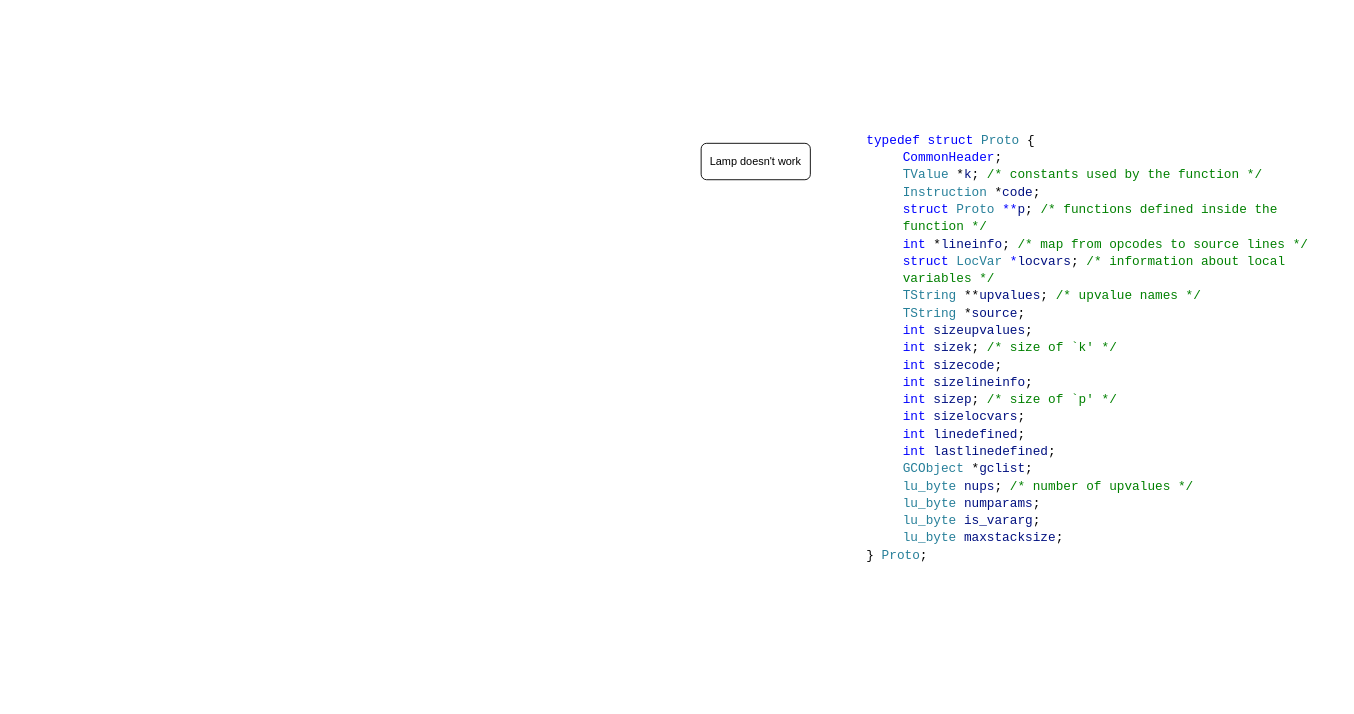
Earlier version of the draw.io diagram lua51.drawio (wgy8283335/goluar). Source tidied: cells renumbered, new cells numbered last; positions are measured from the earlier drawing's top-left corner, leaving out a move shared by most shapes. Both pictures are drawn from the tidied source at 91%, with x=0, y=0 at pixel (701, 125).
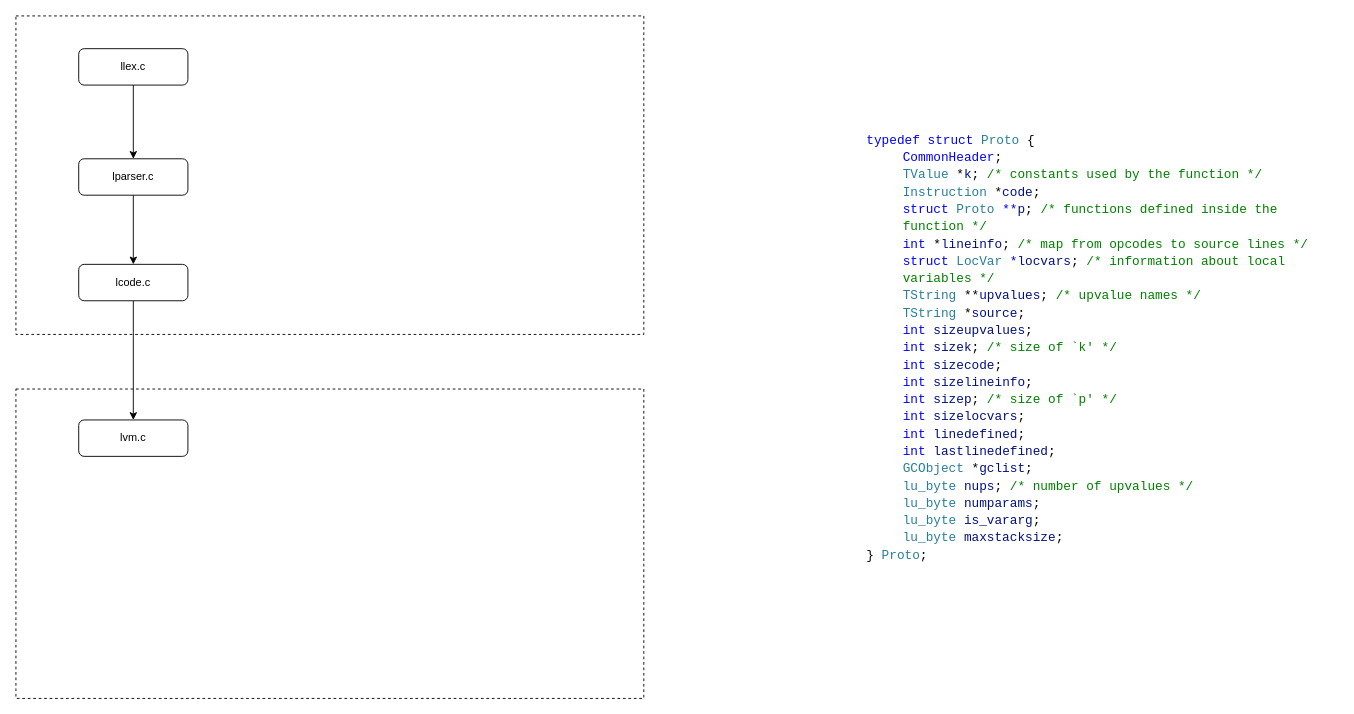
Above is the later version.

What changed in the source:
```diff
@@
 <mxGraphModel>
   <root>
     <mxCell id="0" />
     <mxCell id="1" parent="0" />
-    <mxCell id="2" value="Lamp doesn't work" style="rounded=1;whiteSpace=wrap;html=1;fontSize=12;glass=0;strokeWidth=1;shadow=0;" parent="1" vertex="1">
-      <mxGeometry y="20" width="120" height="40" as="geometry" />
-    </mxCell>
     <mxCell id="3" value="&lt;div style=&quot;background-color: rgb(255 , 255 , 255) ; font-family: &amp;#34;droid sans mono&amp;#34; , monospace , monospace , &amp;#34;droid sans fallback&amp;#34; ; font-size: 14px ; line-height: 19px&quot;&gt;&lt;div&gt;&lt;span style=&quot;color: #0000ff&quot;&gt;typedef&lt;/span&gt; &lt;span style=&quot;color: #0000ff&quot;&gt;struct&lt;/span&gt; &lt;span style=&quot;color: #267f99&quot;&gt;Proto&lt;/span&gt; {&lt;/div&gt;&lt;/div&gt;&lt;blockquote style=&quot;margin: 0 0 0 40px ; border: none ; padding: 0px&quot;&gt;&lt;div style=&quot;background-color: rgb(255 , 255 , 255) ; font-family: &amp;#34;droid sans mono&amp;#34; , monospace , monospace , &amp;#34;droid sans fallback&amp;#34; ; font-size: 14px ; line-height: 19px&quot;&gt;&lt;div&gt;&lt;span style=&quot;color: #0000ff&quot;&gt;CommonHeader&lt;/span&gt;;&lt;/div&gt;&lt;/div&gt;&lt;div style=&quot;background-color: rgb(255 , 255 , 255) ; font-family: &amp;#34;droid sans mono&amp;#34; , monospace , monospace , &amp;#34;droid sans fallback&amp;#34; ; font-size: 14px ; line-height: 19px&quot;&gt;&lt;div&gt;&lt;span style=&quot;color: #267f99&quot;&gt;TValue&lt;/span&gt; *&lt;span style=&quot;color: #001080&quot;&gt;k&lt;/span&gt;;&lt;span style=&quot;color: #008000&quot;&gt;  /* constants used by the function */&lt;/span&gt;&lt;/div&gt;&lt;/div&gt;&lt;div style=&quot;background-color: rgb(255 , 255 , 255) ; font-family: &amp;#34;droid sans mono&amp;#34; , monospace , monospace , &amp;#34;droid sans fallback&amp;#34; ; font-size: 14px ; line-height: 19px&quot;&gt;&lt;div&gt;&lt;span style=&quot;color: #267f99&quot;&gt;Instruction&lt;/span&gt; *&lt;span style=&quot;color: #001080&quot;&gt;code&lt;/span&gt;;&lt;/div&gt;&lt;/div&gt;&lt;div style=&quot;background-color: rgb(255 , 255 , 255) ; font-family: &amp;#34;droid sans mono&amp;#34; , monospace , monospace , &amp;#34;droid sans fallback&amp;#34; ; font-size: 14px ; line-height: 19px&quot;&gt;&lt;div&gt;&lt;span style=&quot;color: #0000ff&quot;&gt;struct&lt;/span&gt; &lt;span style=&quot;color: #267f99&quot;&gt;Proto&lt;/span&gt; &lt;span style=&quot;color: #0000ff&quot;&gt;**&lt;/span&gt;&lt;span style=&quot;color: #001080&quot;&gt;p&lt;/span&gt;;&lt;span style=&quot;color: #008000&quot;&gt;  /* functions defined inside the function */&lt;/span&gt;&lt;/div&gt;&lt;/div&gt;&lt;div style=&quot;background-color: rgb(255 , 255 , 255) ; font-family: &amp;#34;droid sans mono&amp;#34; , monospace , monospace , &amp;#34;droid sans fallback&amp;#34; ; font-size: 14px ; line-height: 19px&quot;&gt;&lt;div&gt;&lt;span style=&quot;color: #0000ff&quot;&gt;int&lt;/span&gt; *&lt;span style=&quot;color: #001080&quot;&gt;lineinfo&lt;/span&gt;;&lt;span style=&quot;color: #008000&quot;&gt;  /* map from opcodes to source lines */&lt;/span&gt;&lt;/div&gt;&lt;/div&gt;&lt;div style=&quot;background-color: rgb(255 , 255 , 255) ; font-family: &amp;#34;droid sans mono&amp;#34; , monospace , monospace , &amp;#34;droid sans fallback&amp;#34; ; font-size: 14px ; line-height: 19px&quot;&gt;&lt;div&gt;&lt;span style=&quot;color: #0000ff&quot;&gt;struct&lt;/span&gt; &lt;span style=&quot;color: #267f99&quot;&gt;LocVar&lt;/span&gt; &lt;span style=&quot;color: #0000ff&quot;&gt;*&lt;/span&gt;&lt;span style=&quot;color: #001080&quot;&gt;locvars&lt;/span&gt;;&lt;span style=&quot;color: #008000&quot;&gt;  /* information about local variables */&lt;/span&gt;&lt;/div&gt;&lt;/div&gt;&lt;div style=&quot;background-color: rgb(255 , 255 , 255) ; font-family: &amp;#34;droid sans mono&amp;#34; , monospace , monospace , &amp;#34;droid sans fallback&amp;#34; ; font-size: 14px ; line-height: 19px&quot;&gt;&lt;div&gt;&lt;span style=&quot;color: #267f99&quot;&gt;TString&lt;/span&gt; **&lt;span style=&quot;color: #001080&quot;&gt;upvalues&lt;/span&gt;;&lt;span style=&quot;color: #008000&quot;&gt;  /* upvalue names */&lt;/span&gt;&lt;/div&gt;&lt;/div&gt;&lt;div style=&quot;background-color: rgb(255 , 255 , 255) ; font-family: &amp;#34;droid sans mono&amp;#34; , monospace , monospace , &amp;#34;droid sans fallback&amp;#34; ; font-size: 14px ; line-height: 19px&quot;&gt;&lt;div&gt;&lt;span style=&quot;color: #267f99&quot;&gt;TString&lt;/span&gt;  *&lt;span style=&quot;color: #001080&quot;&gt;source&lt;/span&gt;;&lt;/div&gt;&lt;/div&gt;&lt;div style=&quot;background-color: rgb(255 , 255 , 255) ; font-family: &amp;#34;droid sans mono&amp;#34; , monospace , monospace , &amp;#34;droid sans fallback&amp;#34; ; font-size: 14px ; line-height: 19px&quot;&gt;&lt;div&gt;&lt;span style=&quot;color: #0000ff&quot;&gt;int&lt;/span&gt; &lt;span style=&quot;color: #001080&quot;&gt;sizeupvalues&lt;/span&gt;;&lt;/div&gt;&lt;/div&gt;&lt;div style=&quot;background-color: rgb(255 , 255 , 255) ; font-family: &amp;#34;droid sans mono&amp;#34; , monospace , monospace , &amp;#34;droid sans fallback&amp;#34; ; font-size: 14px ; line-height: 19px&quot;&gt;&lt;div&gt;&lt;span style=&quot;color: #0000ff&quot;&gt;int&lt;/span&gt; &lt;span style=&quot;color: #001080&quot;&gt;sizek&lt;/span&gt;;&lt;span style=&quot;color: #008000&quot;&gt;  /* size of `k' */&lt;/span&gt;&lt;/div&gt;&lt;/div&gt;&lt;div style=&quot;background-color: rgb(255 , 255 , 255) ; font-family: &amp;#34;droid sans mono&amp;#34; , monospace , monospace , &amp;#34;droid sans fallback&amp;#34; ; font-size: 14px ; line-height: 19px&quot;&gt;&lt;div&gt;&lt;span style=&quot;color: #0000ff&quot;&gt;int&lt;/span&gt; &lt;span style=&quot;color: #001080&quot;&gt;sizecode&lt;/span&gt;;&lt;/div&gt;&lt;/div&gt;&lt;div style=&quot;background-color: rgb(255 , 255 , 255) ; font-family: &amp;#34;droid sans mono&amp;#34; , monospace , monospace , &amp;#34;droid sans fallback&amp;#34; ; font-size: 14px ; line-height: 19px&quot;&gt;&lt;div&gt;&lt;span style=&quot;color: #0000ff&quot;&gt;int&lt;/span&gt; &lt;span style=&quot;color: #001080&quot;&gt;sizelineinfo&lt;/span&gt;;&lt;/div&gt;&lt;/div&gt;&lt;div style=&quot;background-color: rgb(255 , 255 , 255) ; font-family: &amp;#34;droid sans mono&amp;#34; , monospace , monospace , &amp;#34;droid sans fallback&amp;#34; ; font-size: 14px ; line-height: 19px&quot;&gt;&lt;div&gt;&lt;span style=&quot;color: #0000ff&quot;&gt;int&lt;/span&gt; &lt;span style=&quot;color: #001080&quot;&gt;sizep&lt;/span&gt;;&lt;span style=&quot;color: #008000&quot;&gt;  /* size of `p' */&lt;/span&gt;&lt;/div&gt;&lt;/div&gt;&lt;div style=&quot;background-color: rgb(255 , 255 , 255) ; font-family: &amp;#34;droid sans mono&amp;#34; , monospace , monospace , &amp;#34;droid sans fallback&amp;#34; ; font-size: 14px ; line-height: 19px&quot;&gt;&lt;div&gt;&lt;span style=&quot;color: #0000ff&quot;&gt;int&lt;/span&gt; &lt;span style=&quot;color: #001080&quot;&gt;sizelocvars&lt;/span&gt;;&lt;/div&gt;&lt;/div&gt;&lt;div style=&quot;background-color: rgb(255 , 255 , 255) ; font-family: &amp;#34;droid sans mono&amp;#34; , monospace , monospace , &amp;#34;droid sans fallback&amp;#34; ; font-size: 14px ; line-height: 19px&quot;&gt;&lt;div&gt;&lt;span style=&quot;color: #0000ff&quot;&gt;int&lt;/span&gt; &lt;span style=&quot;color: #001080&quot;&gt;linedefined&lt;/span&gt;;&lt;/div&gt;&lt;/div&gt;&lt;div style=&quot;background-color: rgb(255 , 255 , 255) ; font-family: &amp;#34;droid sans mono&amp;#34; , monospace , monospace , &amp;#34;droid sans fallback&amp;#34; ; font-size: 14px ; line-height: 19px&quot;&gt;&lt;div&gt;&lt;span style=&quot;color: #0000ff&quot;&gt;int&lt;/span&gt; &lt;span style=&quot;color: #001080&quot;&gt;lastlinedefined&lt;/span&gt;;&lt;/div&gt;&lt;/div&gt;&lt;div style=&quot;background-color: rgb(255 , 255 , 255) ; font-family: &amp;#34;droid sans mono&amp;#34; , monospace , monospace , &amp;#34;droid sans fallback&amp;#34; ; font-size: 14px ; line-height: 19px&quot;&gt;&lt;div&gt;&lt;span style=&quot;color: #267f99&quot;&gt;GCObject&lt;/span&gt; *&lt;span style=&quot;color: #001080&quot;&gt;gclist&lt;/span&gt;;&lt;/div&gt;&lt;/div&gt;&lt;div style=&quot;background-color: rgb(255 , 255 , 255) ; font-family: &amp;#34;droid sans mono&amp;#34; , monospace , monospace , &amp;#34;droid sans fallback&amp;#34; ; font-size: 14px ; line-height: 19px&quot;&gt;&lt;div&gt;&lt;span style=&quot;color: #267f99&quot;&gt;lu_byte&lt;/span&gt; &lt;span style=&quot;color: #001080&quot;&gt;nups&lt;/span&gt;;&lt;span style=&quot;color: #008000&quot;&gt;  /* number of upvalues */&lt;/span&gt;&lt;/div&gt;&lt;/div&gt;&lt;div style=&quot;background-color: rgb(255 , 255 , 255) ; font-family: &amp;#34;droid sans mono&amp;#34; , monospace , monospace , &amp;#34;droid sans fallback&amp;#34; ; font-size: 14px ; line-height: 19px&quot;&gt;&lt;div&gt;&lt;span style=&quot;color: #267f99&quot;&gt;lu_byte&lt;/span&gt; &lt;span style=&quot;color: #001080&quot;&gt;numparams&lt;/span&gt;;&lt;/div&gt;&lt;/div&gt;&lt;div style=&quot;background-color: rgb(255 , 255 , 255) ; font-family: &amp;#34;droid sans mono&amp;#34; , monospace , monospace , &amp;#34;droid sans fallback&amp;#34; ; font-size: 14px ; line-height: 19px&quot;&gt;&lt;div&gt;&lt;span style=&quot;color: #267f99&quot;&gt;lu_byte&lt;/span&gt; &lt;span style=&quot;color: #001080&quot;&gt;is_vararg&lt;/span&gt;;&lt;/div&gt;&lt;/div&gt;&lt;div style=&quot;background-color: rgb(255 , 255 , 255) ; font-family: &amp;#34;droid sans mono&amp;#34; , monospace , monospace , &amp;#34;droid sans fallback&amp;#34; ; font-size: 14px ; line-height: 19px&quot;&gt;&lt;div&gt;&lt;span style=&quot;color: #267f99&quot;&gt;lu_byte&lt;/span&gt; &lt;span style=&quot;color: #001080&quot;&gt;maxstacksize&lt;/span&gt;;&lt;/div&gt;&lt;/div&gt;&lt;/blockquote&gt;&lt;div style=&quot;background-color: rgb(255 , 255 , 255) ; font-family: &amp;#34;droid sans mono&amp;#34; , monospace , monospace , &amp;#34;droid sans fallback&amp;#34; ; font-size: 14px ; line-height: 19px&quot;&gt;&lt;div&gt;} &lt;span style=&quot;color: #267f99&quot;&gt;Proto&lt;/span&gt;;&lt;/div&gt;&lt;/div&gt;" style="text;html=1;strokeColor=none;fillColor=none;align=left;verticalAlign=middle;whiteSpace=wrap;rounded=0;" parent="1" vertex="1">
       <mxGeometry x="180" width="520" height="490" as="geometry" />
     </mxCell>
+    <mxCell id="4" style="rounded=0;whiteSpace=wrap;html=1;dashed=1;fontSize=12;" parent="1" vertex="1">
+      <mxGeometry x="-753" y="290" width="690" height="340" as="geometry" />
+    </mxCell>
+    <mxCell id="5" style="rounded=0;whiteSpace=wrap;html=1;dashed=1;fontSize=12;" parent="1" vertex="1">
+      <mxGeometry x="-753" y="-120" width="690" height="350" as="geometry" />
+    </mxCell>
+    <mxCell id="6" style="edgeStyle=orthogonalEdgeStyle;rounded=0;jettySize=auto;html=1;" parent="1" edge="1" source="7" target="11">
+      <mxGeometry relative="1" as="geometry" />
+    </mxCell>
+    <mxCell id="7" value="lparser.c" style="rounded=1;whiteSpace=wrap;html=1;fontSize=12;glass=0;strokeWidth=1;shadow=0;" parent="1" vertex="1">
+      <mxGeometry x="-684" y="37" width="120" height="40" as="geometry" />
+    </mxCell>
+    <mxCell id="8" style="edgeStyle=orthogonalEdgeStyle;rounded=0;jettySize=auto;html=1;" parent="1" edge="1" source="9" target="7">
+      <mxGeometry relative="1" as="geometry" />
+    </mxCell>
+    <mxCell id="9" value="llex.c" style="rounded=1;whiteSpace=wrap;html=1;fontSize=12;glass=0;strokeWidth=1;shadow=0;" parent="1" vertex="1">
+      <mxGeometry x="-684" y="-84" width="120" height="40" as="geometry" />
+    </mxCell>
+    <mxCell id="10" style="edgeStyle=orthogonalEdgeStyle;rounded=0;jettySize=auto;html=1;" parent="1" edge="1" source="11" target="12">
+      <mxGeometry relative="1" as="geometry" />
+    </mxCell>
+    <mxCell id="11" value="lcode.c" style="rounded=1;whiteSpace=wrap;html=1;fontSize=12;glass=0;strokeWidth=1;shadow=0;" parent="1" vertex="1">
+      <mxGeometry x="-684" y="153" width="120" height="40" as="geometry" />
+    </mxCell>
+    <mxCell id="12" value="lvm.c" style="rounded=1;whiteSpace=wrap;html=1;fontSize=12;glass=0;strokeWidth=1;shadow=0;" parent="1" vertex="1">
+      <mxGeometry x="-684" y="324" width="120" height="40" as="geometry" />
+    </mxCell>
   </root>
 </mxGraphModel>
```
